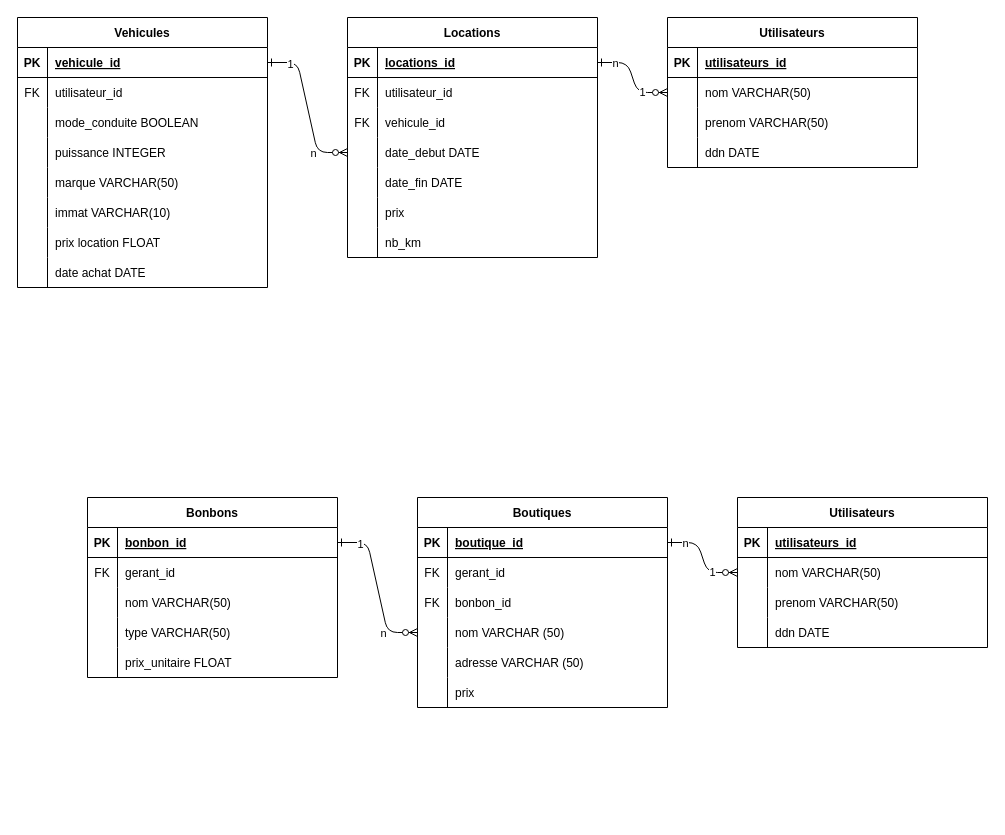
Above: Diagramme sans nom.drawio in PingouinTrash/SAE-203-GitHub (draw.io), before the change. Source tidied: cells renumbered, new cells numbered last; positions are measured from the earlier drawing's top-left corner, leaving out a move shared by most shapes. Both pictures are drawn from the tidied source at 100%, with x=0, y=0 at pixel (17, 17).
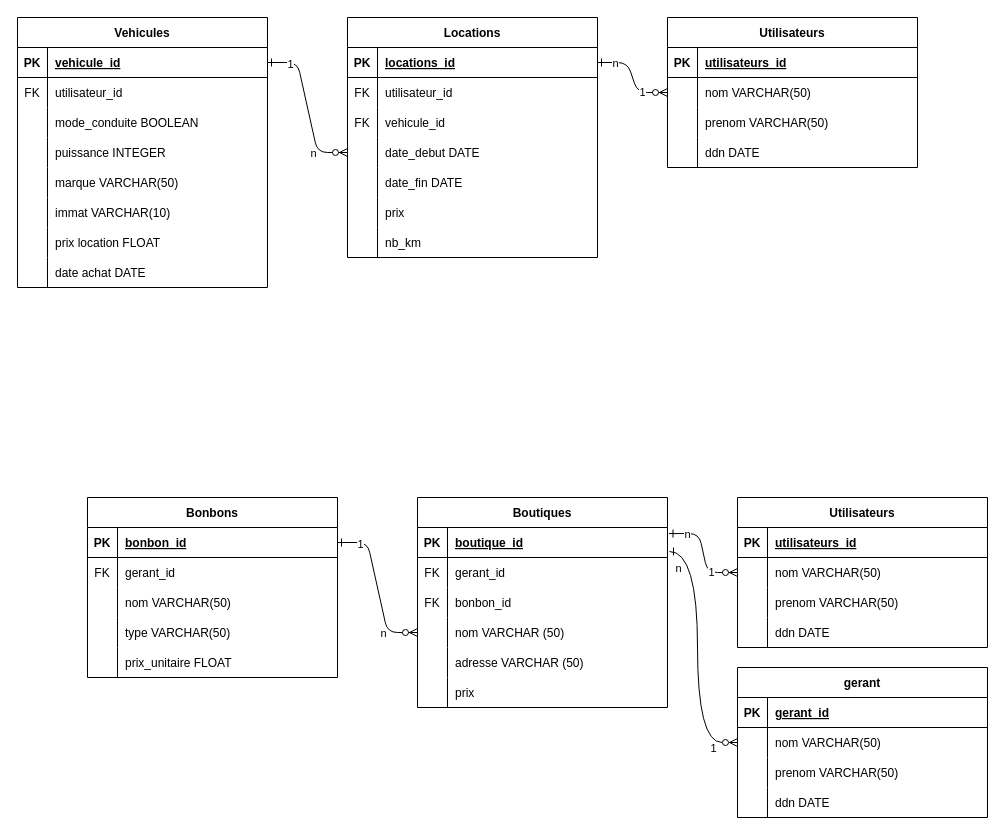
The same page after the edit.

Commit message:
Confiserie BDD

Unchanged cells that the change refers to:
```xml
<mxCell id="78" style="shape=partialRectangle;fillColor=none;points=[[0,0.5],[1,0.5]];portConstraint=eastwest;top=0;left=0;right=0;bottom=0;" parent="74" vertex="1">
  <mxGeometry y="60" width="250" height="30" as="geometry" />
</mxCell>
<mxCell id="88" style="shape=partialRectangle;fillColor=none;points=[[0,0.5],[1,0.5]];portConstraint=eastwest;top=0;left=0;right=0;bottom=1;" parent="87" vertex="1">
  <mxGeometry y="30" width="250" height="30" as="geometry" />
</mxCell>
```

Change to the diagram source:
```diff
@@
-    <mxCell id="68" style="edgeStyle=entityRelationEdgeStyle;endArrow=ERzeroToMany;startArrow=ERone;endFill=1;startFill=0;exitX=1;exitY=0.5;exitDx=0;exitDy=0;entryX=0;entryY=0.5;entryDx=0;entryDy=0;" parent="1" edge="1" source="88" target="78">
+    <mxCell id="68" style="edgeStyle=entityRelationEdgeStyle;endArrow=ERzeroToMany;startArrow=ERone;endFill=1;startFill=0;exitX=1.006;exitY=0.202;exitDx=0;exitDy=0;entryX=0;entryY=0.5;entryDx=0;entryDy=0;exitPerimeter=0;" parent="1" edge="1" source="88" target="78">
       <mxGeometry relative="1" as="geometry" />
     </mxCell>
@@
+    <mxCell id="122" value="1" style="edgeLabel;html=1;align=center;verticalAlign=middle;" parent="1" vertex="1">
+      <mxGeometry x="695.3" y="730" as="geometry" />
+    </mxCell>
+    <mxCell id="123" value="gerant" style="shape=table;startSize=30;childLayout=tableLayout;rowLines=0;fontStyle=1;align=center;" parent="1" vertex="1">
+      <mxGeometry x="720" y="650" width="250" height="150" as="geometry" />
+    </mxCell>
+    <mxCell id="124" style="shape=partialRectangle;fillColor=none;top=0;left=0;right=0;bottom=1;" parent="123" vertex="1">
+      <mxGeometry y="30" width="250" height="30" as="geometry" />
+    </mxCell>
+    <mxCell id="125" value="PK" style="shape=partialRectangle;overflow=hidden;fillColor=none;top=0;left=0;bottom=0;right=0;fontStyle=1;" parent="124" vertex="1">
+      <mxGeometry width="30" height="30" as="geometry" />
+    </mxCell>
+    <mxCell id="126" value="gerant_id" style="shape=partialRectangle;overflow=hidden;fillColor=none;top=0;left=0;bottom=0;right=0;align=left;spacingLeft=6;fontStyle=5;" parent="124" vertex="1">
+      <mxGeometry x="30" width="220" height="30" as="geometry" />
+    </mxCell>
+    <mxCell id="127" style="shape=partialRectangle;fillColor=none;points=[[0,0.5],[1,0.5]];portConstraint=eastwest;top=0;left=0;right=0;bottom=0;" parent="123" vertex="1">
+      <mxGeometry y="60" width="250" height="30" as="geometry" />
+    </mxCell>
+    <mxCell id="128" style="shape=partialRectangle;overflow=hidden;fillColor=none;top=0;left=0;bottom=0;right=0;" parent="127" vertex="1">
+      <mxGeometry width="30" height="30" as="geometry" />
+    </mxCell>
+    <mxCell id="129" value="nom VARCHAR(50)" style="shape=partialRectangle;overflow=hidden;fillColor=none;top=0;left=0;bottom=0;right=0;align=left;spacingLeft=6;" parent="127" vertex="1">
+      <mxGeometry x="30" width="220" height="30" as="geometry" />
+    </mxCell>
+    <mxCell id="130" style="shape=partialRectangle;fillColor=none;top=0;left=0;right=0;bottom=0;" parent="123" vertex="1">
+      <mxGeometry y="90" width="250" height="30" as="geometry" />
+    </mxCell>
+    <mxCell id="131" style="shape=partialRectangle;overflow=hidden;fillColor=none;top=0;left=0;bottom=0;right=0;" parent="130" vertex="1">
+      <mxGeometry width="30" height="30" as="geometry" />
+    </mxCell>
+    <mxCell id="132" value="prenom VARCHAR(50)" style="shape=partialRectangle;overflow=hidden;fillColor=none;top=0;left=0;bottom=0;right=0;align=left;spacingLeft=6;" parent="130" vertex="1">
+      <mxGeometry x="30" width="220" height="30" as="geometry" />
+    </mxCell>
+    <mxCell id="133" style="shape=partialRectangle;fillColor=none;top=0;left=0;right=0;bottom=0;" parent="123" vertex="1">
+      <mxGeometry y="120" width="250" height="30" as="geometry" />
+    </mxCell>
+    <mxCell id="134" style="shape=partialRectangle;overflow=hidden;fillColor=none;top=0;left=0;bottom=0;right=0;" parent="133" vertex="1">
+      <mxGeometry width="30" height="30" as="geometry" />
+    </mxCell>
+    <mxCell id="135" value="ddn DATE" style="shape=partialRectangle;overflow=hidden;fillColor=none;top=0;left=0;bottom=0;right=0;align=left;spacingLeft=6;" parent="133" vertex="1">
+      <mxGeometry x="30" width="220" height="30" as="geometry" />
+    </mxCell>
+    <mxCell id="136" style="edgeStyle=orthogonalEdgeStyle;rounded=0;jettySize=auto;html=1;exitX=0;exitY=0.5;exitDx=0;exitDy=0;curved=1;endArrow=ERone;endFill=0;startArrow=ERzeroToMany;startFill=0;" parent="1" edge="1" source="127">
+      <mxGeometry relative="1" as="geometry">
+        <mxPoint x="652" y="534" as="targetPoint" />
+        <Array as="points">
+          <mxPoint x="680" y="725" />
+          <mxPoint x="680" y="534" />
+        </Array>
+      </mxGeometry>
+    </mxCell>
+    <mxCell id="137" value="n" style="edgeLabel;html=1;align=center;verticalAlign=middle;" parent="136" vertex="1">
+      <mxGeometry x="1" y="-3" relative="1" as="geometry">
+        <mxPoint x="8" y="19" as="offset" />
+      </mxGeometry>
+    </mxCell>
```
